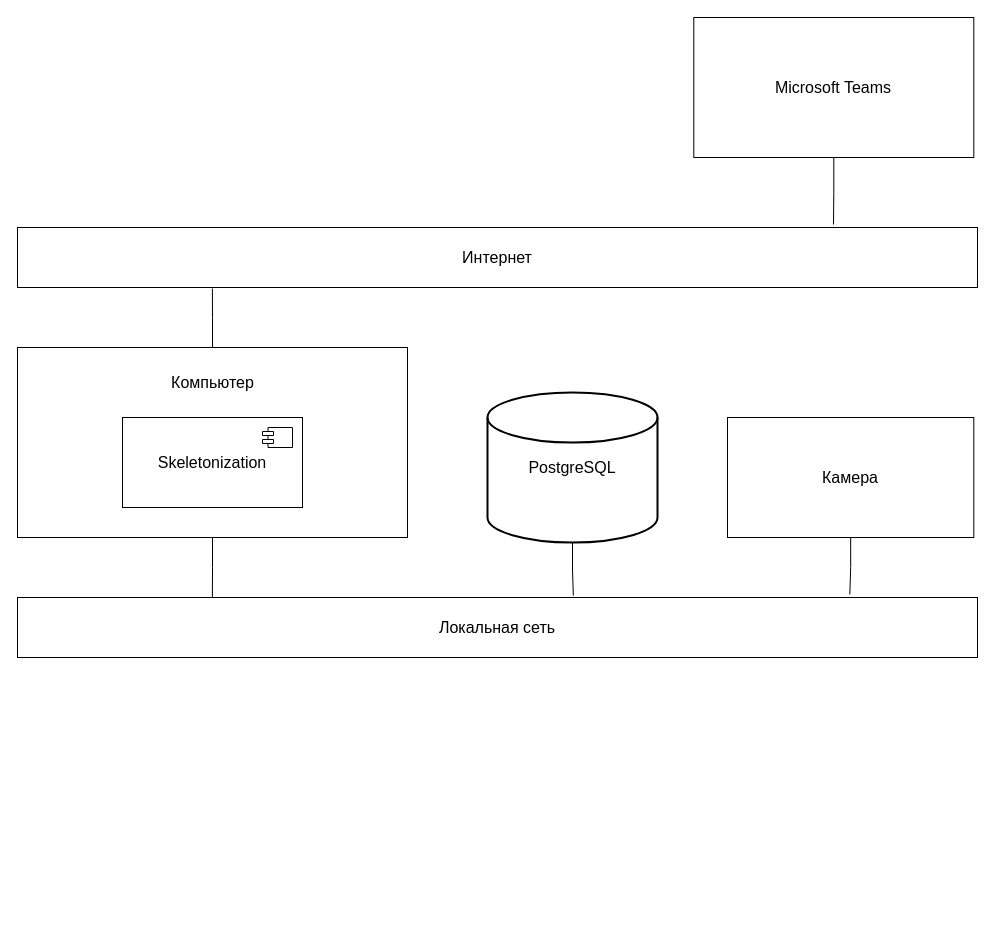
Above: page "Locaton" (7 of 8) of Main-diagrams.drawio in GoldGreen/Skeletonization (draw.io), before the change. Source tidied: cells renumbered, new cells numbered last; positions are measured from the earlier drawing's top-left corner, leaving out a move shared by most shapes. Both pictures are drawn from the tidied source at 100%, with x=0, y=0 at pixel (17, 17).
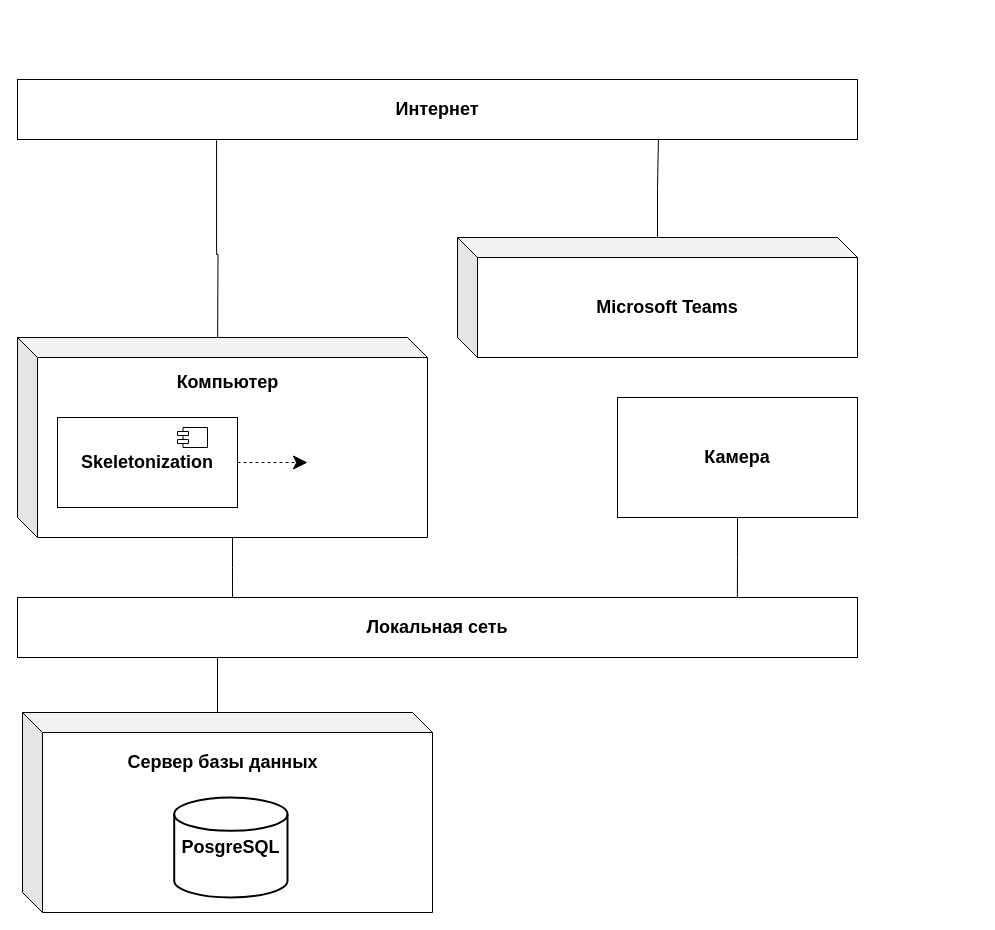
The same page after the edit.

Diff of the diagram source:
```diff
@@
+    <mxCell id="16" style="shape=cube;whiteSpace=wrap;html=1;boundedLbl=1;backgroundOutline=1;darkOpacity=0.05;darkOpacity2=0.1;fontSize=18;fontStyle=1;" parent="1" vertex="1">
+      <mxGeometry x="5" y="695" width="410" height="200" as="geometry" />
+    </mxCell>
+    <mxCell id="17" style="edgeStyle=orthogonalEdgeStyle;rounded=0;jettySize=auto;html=1;exitX=0;exitY=0;exitDx=200;exitDy=0;exitPerimeter=0;entryX=0.237;entryY=1.013;entryDx=0;entryDy=0;entryPerimeter=0;fontSize=18;endArrow=none;endFill=0;startSize=6;endSize=12;fontStyle=1;" parent="1" edge="1" target="15">
+      <mxGeometry relative="1" as="geometry">
+        <mxPoint x="200" y="352" as="sourcePoint" />
+      </mxGeometry>
+    </mxCell>
+    <mxCell id="18" style="edgeStyle=orthogonalEdgeStyle;rounded=0;jettySize=auto;html=1;exitX=0;exitY=0;exitDx=215;exitDy=200;exitPerimeter=0;entryX=0.256;entryY=-0.01;entryDx=0;entryDy=0;entryPerimeter=0;fontSize=18;endArrow=none;endFill=0;startSize=6;endSize=12;fontStyle=1;" parent="1" edge="1" source="19" target="2">
+      <mxGeometry relative="1" as="geometry" />
+    </mxCell>
+    <mxCell id="19" style="shape=cube;whiteSpace=wrap;html=1;boundedLbl=1;backgroundOutline=1;darkOpacity=0.05;darkOpacity2=0.1;fontSize=18;fontStyle=1;" parent="1" vertex="1">
+      <mxGeometry y="320" width="410" height="200" as="geometry" />
+    </mxCell>
-    <mxCell id="2" value="Локальная сеть" style="rounded=0;whiteSpace=wrap;html=1;fontSize=16;fontStyle=0;" parent="1" vertex="1">
-      <mxGeometry y="580" width="960" height="60" as="geometry" />
+    <mxCell id="2" value="Локальная сеть" style="rounded=0;whiteSpace=wrap;html=1;fontSize=18;fontStyle=1;" parent="1" vertex="1">
+      <mxGeometry y="580" width="840" height="60" as="geometry" />
     </mxCell>
-    <mxCell id="3" style="edgeStyle=orthogonalEdgeStyle;rounded=0;jettySize=auto;html=1;exitX=0.5;exitY=1;exitDx=0;exitDy=0;entryX=0.203;entryY=0;entryDx=0;entryDy=0;entryPerimeter=0;fontSize=16;startArrow=none;startFill=0;endArrow=none;endFill=0;startSize=12;endSize=12;" parent="1" edge="1" source="5" target="2">
-      <mxGeometry relative="1" as="geometry" />
-    </mxCell>
-    <mxCell id="4" style="edgeStyle=orthogonalEdgeStyle;rounded=0;jettySize=auto;html=1;exitX=0.5;exitY=0;exitDx=0;exitDy=0;entryX=0.203;entryY=1.017;entryDx=0;entryDy=0;entryPerimeter=0;fontSize=16;startArrow=none;startFill=0;endArrow=none;endFill=0;startSize=12;endSize=12;" parent="1" edge="1" source="5" target="15">
-      <mxGeometry relative="1" as="geometry" />
-    </mxCell>
-    <mxCell id="5" style="rounded=0;whiteSpace=wrap;html=1;fontSize=16;fontStyle=0;" parent="1" vertex="1">
-      <mxGeometry y="330" width="390" height="190" as="geometry" />
-    </mxCell>
-    <mxCell id="6" value="Компьютер" style="text;html=1;align=center;verticalAlign=middle;strokeColor=none;fillColor=none;fontSize=16;fontStyle=0;" parent="1" vertex="1">
-      <mxGeometry x="145" y="355" width="100" height="20" as="geometry" />
+    <mxCell id="6" value="Компьютер" style="text;html=1;align=center;verticalAlign=middle;strokeColor=none;fillColor=none;fontSize=18;fontStyle=1;" parent="1" vertex="1">
+      <mxGeometry x="150" y="350" width="120" height="30" as="geometry" />
     </mxCell>
+    <mxCell id="20" style="edgeStyle=orthogonalEdgeStyle;rounded=0;jettySize=auto;html=1;exitX=1;exitY=0.5;exitDx=0;exitDy=0;entryX=0;entryY=0.5;entryDx=0;entryDy=0;entryPerimeter=0;fontSize=18;endArrow=classic;endFill=1;startSize=6;endSize=12;dashed=1;fontStyle=1;" parent="1" edge="1" source="7">
+      <mxGeometry relative="1" as="geometry">
+        <mxPoint x="290" y="445" as="targetPoint" />
+      </mxGeometry>
+    </mxCell>
-    <mxCell id="7" value="Skeletonization" style="rounded=0;whiteSpace=wrap;html=1;fontSize=16;fontStyle=0;" parent="1" vertex="1">
-      <mxGeometry x="105" y="400" width="180" height="90" as="geometry" />
+    <mxCell id="7" value="Skeletonization" style="rounded=0;whiteSpace=wrap;html=1;fontSize=18;fontStyle=1;" parent="1" vertex="1">
+      <mxGeometry x="40" y="400" width="180" height="90" as="geometry" />
     </mxCell>
-    <mxCell id="8" style="shape=module;align=left;spacingLeft=20;align=center;verticalAlign=top;jettyWidth=11;jettyHeight=4;fontSize=16;fontStyle=0;" parent="1" vertex="1">
-      <mxGeometry x="245" y="410" width="30" height="20" as="geometry" />
+    <mxCell id="8" style="shape=module;align=left;spacingLeft=20;align=center;verticalAlign=top;jettyWidth=11;jettyHeight=4;fontSize=18;fontStyle=1;" parent="1" vertex="1">
+      <mxGeometry x="160" y="410" width="30" height="20" as="geometry" />
     </mxCell>
-    <mxCell id="9" style="edgeStyle=orthogonalEdgeStyle;rounded=0;jettySize=auto;html=1;exitX=0.5;exitY=1;exitDx=0;exitDy=0;exitPerimeter=0;entryX=0.579;entryY=-0.033;entryDx=0;entryDy=0;entryPerimeter=0;fontSize=16;startArrow=none;startFill=0;endArrow=none;endFill=0;startSize=12;endSize=12;" parent="1" edge="1" source="10" target="2">
-      <mxGeometry relative="1" as="geometry" />
-    </mxCell>
-    <mxCell id="10" value="PostgreSQL" style="strokeWidth=2;html=1;shape=mxgraph.flowchart.database;whiteSpace=wrap;fontSize=16;fontStyle=0;" parent="1" vertex="1">
-      <mxGeometry x="470" y="375" width="170" height="150" as="geometry" />
-    </mxCell>
-    <mxCell id="11" style="edgeStyle=orthogonalEdgeStyle;rounded=0;jettySize=auto;html=1;exitX=0.5;exitY=1;exitDx=0;exitDy=0;entryX=0.85;entryY=-0.05;entryDx=0;entryDy=0;entryPerimeter=0;fontSize=16;startArrow=none;startFill=0;endArrow=none;endFill=0;startSize=12;endSize=12;" parent="1" edge="1" source="12" target="15">
-      <mxGeometry relative="1" as="geometry" />
-    </mxCell>
-    <mxCell id="12" value="Microsoft Teams" style="rounded=0;whiteSpace=wrap;html=1;fontSize=16;fontStyle=0;" parent="1" vertex="1">
-      <mxGeometry x="676.3" width="280" height="140" as="geometry" />
-    </mxCell>
-    <mxCell id="13" style="edgeStyle=orthogonalEdgeStyle;rounded=0;jettySize=auto;html=1;exitX=0.5;exitY=1;exitDx=0;exitDy=0;entryX=0.867;entryY=-0.05;entryDx=0;entryDy=0;entryPerimeter=0;fontSize=16;startArrow=none;startFill=0;endArrow=none;endFill=0;startSize=12;endSize=12;" parent="1" edge="1" source="14" target="2">
+    <mxCell id="13" style="edgeStyle=orthogonalEdgeStyle;rounded=0;jettySize=auto;html=1;exitX=0.5;exitY=1;exitDx=0;exitDy=0;fontSize=18;startArrow=none;startFill=0;endArrow=none;endFill=0;startSize=12;endSize=12;entryX=0.857;entryY=0;entryDx=0;entryDy=0;entryPerimeter=0;fontStyle=1;" parent="1" edge="1" source="14" target="2">
       <mxGeometry relative="1" as="geometry" />
     </mxCell>
-    <mxCell id="14" value="Камера" style="rounded=0;whiteSpace=wrap;html=1;fontSize=16;fontStyle=0;" parent="1" vertex="1">
-      <mxGeometry x="710" y="400" width="246.3" height="120" as="geometry" />
+    <mxCell id="14" value="Камера" style="rounded=0;whiteSpace=wrap;html=1;fontSize=18;fontStyle=1;" parent="1" vertex="1">
+      <mxGeometry x="600" y="380" width="240" height="120" as="geometry" />
     </mxCell>
-    <mxCell id="15" value="Интернет" style="rounded=0;whiteSpace=wrap;html=1;fontSize=16;fontStyle=0;" parent="1" vertex="1">
-      <mxGeometry y="210" width="960" height="60" as="geometry" />
+    <mxCell id="15" value="Интернет" style="rounded=0;whiteSpace=wrap;html=1;fontSize=18;fontStyle=1;" parent="1" vertex="1">
+      <mxGeometry y="62" width="840" height="60" as="geometry" />
     </mxCell>
+    <mxCell id="11" style="edgeStyle=orthogonalEdgeStyle;rounded=0;jettySize=auto;html=1;exitX=0;exitY=0;exitDx=200;exitDy=0;exitPerimeter=0;entryX=0.763;entryY=0.999;entryDx=0;entryDy=0;entryPerimeter=0;fontSize=18;endArrow=none;endFill=0;startSize=6;endSize=12;fontStyle=1;" parent="1" edge="1" source="12" target="15">
+      <mxGeometry relative="1" as="geometry" />
+    </mxCell>
+    <mxCell id="12" value="&lt;span style=&quot;font-size: 18px;&quot;&gt;Microsoft Teams&lt;/span&gt;" style="shape=cube;whiteSpace=wrap;html=1;boundedLbl=1;backgroundOutline=1;darkOpacity=0.05;darkOpacity2=0.1;fontSize=18;fontStyle=1;" parent="1" vertex="1">
+      <mxGeometry x="440" y="220" width="400" height="120" as="geometry" />
+    </mxCell>
+    <mxCell id="21" value="PosgreSQL" style="strokeWidth=2;html=1;shape=mxgraph.flowchart.database;whiteSpace=wrap;fontSize=18;fontStyle=1;" parent="1" vertex="1">
+      <mxGeometry x="156.7" y="780" width="113.3" height="100" as="geometry" />
+    </mxCell>
+    <mxCell id="22" value="Сервер базы данных" style="text;html=1;align=center;verticalAlign=middle;strokeColor=none;fillColor=none;fontSize=18;fontStyle=1;" parent="1" vertex="1">
+      <mxGeometry x="100" y="730" width="210" height="30" as="geometry" />
+    </mxCell>
+    <mxCell id="23" style="edgeStyle=orthogonalEdgeStyle;rounded=0;jettySize=auto;html=1;entryX=0.25;entryY=1;entryDx=0;entryDy=0;fontSize=18;endArrow=none;endFill=0;startSize=6;endSize=12;fontStyle=1;exitX=0;exitY=0;exitDx=195;exitDy=0;exitPerimeter=0;" parent="1" edge="1" source="16" target="2">
+      <mxGeometry relative="1" as="geometry">
+        <Array as="points">
+          <mxPoint x="200" y="640" />
+        </Array>
+      </mxGeometry>
+    </mxCell>
```
